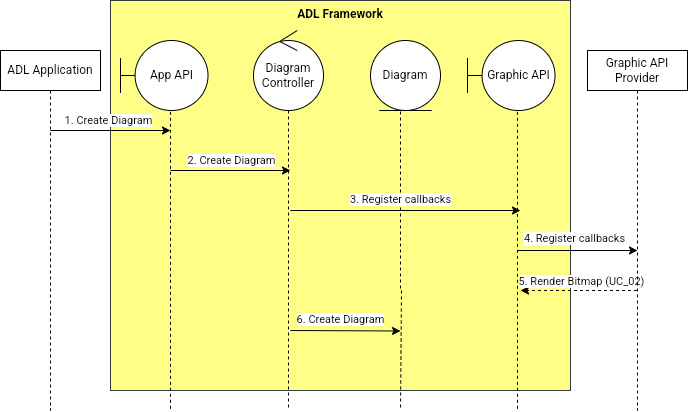
Earlier version of the draw.io export CA/NFR_05.drawio.png (phunm211/SW-Associate-Architecture). Source tidied: cells renumbered, new cells last; positions are measured from the earlier drawing's top-left corner, leaving out a move shared by most shapes. Its diagram source:
```xml
<mxGraphModel>
  <root>
    <mxCell id="0" />
    <mxCell id="1" parent="0" />
    <mxCell id="2" value="&lt;b&gt;ADL Framework&lt;/b&gt;" style="rounded=0;whiteSpace=wrap;html=1;verticalAlign=top;fillColor=#ffff88;strokeColor=#36393d;" parent="1" vertex="1">
      <mxGeometry x="110" width="460" height="390" as="geometry" />
    </mxCell>
    <mxCell id="3" style="rounded=0;jettySize=auto;html=1;endArrow=none;endFill=0;dashed=1;exitX=0.571;exitY=1.019;exitDx=0;exitDy=0;exitPerimeter=0;" parent="1" edge="1" source="19">
      <mxGeometry relative="1" as="geometry">
        <mxPoint x="517" y="410" as="targetPoint" />
        <Array as="points">
          <mxPoint x="517" y="140" />
        </Array>
      </mxGeometry>
    </mxCell>
    <mxCell id="4" style="edgeStyle=orthogonalEdgeStyle;rounded=0;orthogonalLoop=1;jettySize=auto;html=1;curved=0;" parent="1" edge="1">
      <mxGeometry relative="1" as="geometry">
        <mxPoint x="49.8" y="130" as="sourcePoint" />
        <mxPoint x="170" y="130" as="targetPoint" />
        <Array as="points">
          <mxPoint x="170" y="130" />
        </Array>
      </mxGeometry>
    </mxCell>
    <mxCell id="5" value="1. Create Diagram" style="edgeLabel;html=1;align=center;verticalAlign=middle;" parent="4" vertex="1">
      <mxGeometry x="-0.03" y="1" relative="1" as="geometry">
        <mxPoint y="-10" as="offset" />
      </mxGeometry>
    </mxCell>
    <mxCell id="6" value="ADL Application" style="shape=umlLifeline;perimeter=lifelinePerimeter;whiteSpace=wrap;html=1;newEdgeStyle={&quot;curved&quot;:0,&quot;rounded&quot;:0};" parent="1" vertex="1">
      <mxGeometry y="50" width="100" height="360" as="geometry" />
    </mxCell>
    <mxCell id="7" style="rounded=0;jettySize=auto;html=1;dashed=1;endArrow=none;endFill=0;" parent="1" edge="1" source="8">
      <mxGeometry relative="1" as="geometry">
        <mxPoint x="288" y="410" as="targetPoint" />
      </mxGeometry>
    </mxCell>
    <mxCell id="8" value="Diagram Controller" style="ellipse;shape=umlControl;whiteSpace=wrap;html=1;" parent="1" vertex="1">
      <mxGeometry x="253" y="30" width="70" height="80" as="geometry" />
    </mxCell>
    <mxCell id="9" style="rounded=0;jettySize=auto;html=1;endArrow=none;endFill=0;dashed=1;exitX=0.571;exitY=1.019;exitDx=0;exitDy=0;exitPerimeter=0;" parent="1" edge="1" source="10">
      <mxGeometry relative="1" as="geometry">
        <mxPoint x="170" y="410" as="targetPoint" />
        <Array as="points">
          <mxPoint x="170" y="140" />
        </Array>
      </mxGeometry>
    </mxCell>
    <mxCell id="10" value="App API" style="shape=umlBoundary;whiteSpace=wrap;html=1;" parent="1" vertex="1">
      <mxGeometry x="120" y="40" width="87.5" height="70" as="geometry" />
    </mxCell>
    <mxCell id="11" style="edgeStyle=orthogonalEdgeStyle;rounded=0;orthogonalLoop=1;jettySize=auto;html=1;exitX=0.5;exitY=1;exitDx=0;exitDy=0;dashed=1;endArrow=none;endFill=0;" parent="1" edge="1">
      <mxGeometry relative="1" as="geometry">
        <mxPoint x="405" y="110" as="sourcePoint" />
        <mxPoint x="400" y="410" as="targetPoint" />
        <Array as="points">
          <mxPoint x="400" y="110" />
          <mxPoint x="400" y="290" />
          <mxPoint x="401" y="470" />
        </Array>
      </mxGeometry>
    </mxCell>
    <mxCell id="12" value="Diagram" style="ellipse;shape=umlEntity;whiteSpace=wrap;html=1;" parent="1" vertex="1">
      <mxGeometry x="370" y="40" width="70" height="70" as="geometry" />
    </mxCell>
    <mxCell id="13" style="endArrow=classic;html=1;rounded=0;" parent="1" edge="1">
      <mxGeometry relative="1" as="geometry">
        <mxPoint x="170" y="170" as="sourcePoint" />
        <mxPoint x="290" y="170" as="targetPoint" />
      </mxGeometry>
    </mxCell>
    <mxCell id="14" value="2. Create Diagram" style="edgeLabel;html=1;align=center;verticalAlign=middle;" parent="1" vertex="1">
      <mxGeometry x="230" y="159" as="geometry" />
    </mxCell>
    <mxCell id="15" style="endArrow=classic;html=1;rounded=0;" parent="1" edge="1">
      <mxGeometry relative="1" as="geometry">
        <mxPoint x="290" y="330" as="sourcePoint" />
        <mxPoint x="400" y="330.5" as="targetPoint" />
      </mxGeometry>
    </mxCell>
    <mxCell id="16" value="6. Create Diagram" style="edgeLabel;html=1;align=center;verticalAlign=middle;" parent="15" vertex="1">
      <mxGeometry x="-0.33" y="-1" relative="1" as="geometry">
        <mxPoint x="13" y="-13" as="offset" />
      </mxGeometry>
    </mxCell>
    <mxCell id="17" style="endArrow=classic;html=1;rounded=0;edgeStyle=orthogonalEdgeStyle;dashed=1;" parent="1" edge="1">
      <mxGeometry relative="1" as="geometry">
        <mxPoint x="636.5" y="290" as="sourcePoint" />
        <mxPoint x="520" y="290" as="targetPoint" />
        <Array as="points">
          <mxPoint x="570" y="290" />
          <mxPoint x="570" y="290" />
        </Array>
      </mxGeometry>
    </mxCell>
    <mxCell id="18" value="5. Render Bitmap (UC_02)" style="edgeLabel;html=1;align=center;verticalAlign=middle;" parent="17" vertex="1">
      <mxGeometry x="-0.33" y="-1" relative="1" as="geometry">
        <mxPoint x="-17" y="-9" as="offset" />
      </mxGeometry>
    </mxCell>
    <mxCell id="19" value="Graphic API" style="shape=umlBoundary;whiteSpace=wrap;html=1;" parent="1" vertex="1">
      <mxGeometry x="467" y="40" width="87.5" height="70" as="geometry" />
    </mxCell>
    <mxCell id="20" value="Graphic API Provider" style="shape=umlLifeline;perimeter=lifelinePerimeter;whiteSpace=wrap;html=1;newEdgeStyle={&quot;curved&quot;:0,&quot;rounded&quot;:0};" parent="1" vertex="1">
      <mxGeometry x="587" y="50" width="100" height="360" as="geometry" />
    </mxCell>
    <mxCell id="21" style="endArrow=classic;html=1;rounded=0;" parent="1" edge="1">
      <mxGeometry relative="1" as="geometry">
        <mxPoint x="290" y="210" as="sourcePoint" />
        <mxPoint x="520" y="210" as="targetPoint" />
      </mxGeometry>
    </mxCell>
    <mxCell id="22" value="3. Register callbacks" style="edgeLabel;html=1;align=center;verticalAlign=middle;" parent="21" vertex="1">
      <mxGeometry x="0.28" y="2" relative="1" as="geometry">
        <mxPoint x="-38" y="-10" as="offset" />
      </mxGeometry>
    </mxCell>
    <mxCell id="23" style="endArrow=classic;html=1;rounded=0;" parent="1" edge="1">
      <mxGeometry relative="1" as="geometry">
        <mxPoint x="517" y="250" as="sourcePoint" />
        <mxPoint x="637" y="250" as="targetPoint" />
      </mxGeometry>
    </mxCell>
    <mxCell id="24" value="4. Register callbacks" style="edgeLabel;html=1;align=center;verticalAlign=middle;" parent="23" vertex="1">
      <mxGeometry x="0.28" y="2" relative="1" as="geometry">
        <mxPoint x="-21" y="-11" as="offset" />
      </mxGeometry>
    </mxCell>
  </root>
</mxGraphModel>
```
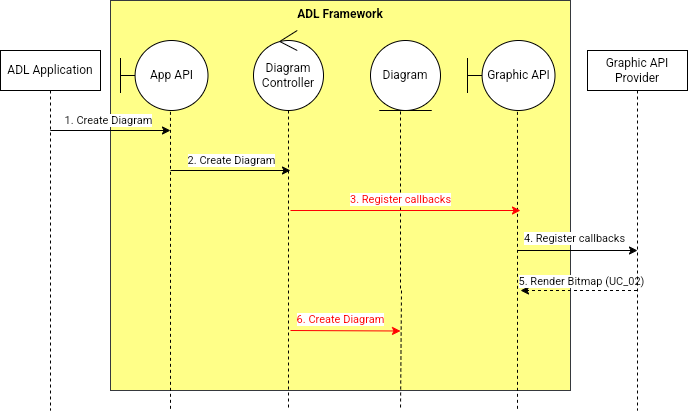
After the change.

Diff of the diagram source:
```diff
@@ -72,18 +72,18 @@
     <mxCell id="14" value="2. Create Diagram" style="edgeLabel;html=1;align=center;verticalAlign=middle;" parent="1" vertex="1">
       <mxGeometry x="230" y="159" as="geometry" />
     </mxCell>
-    <mxCell id="15" style="endArrow=classic;html=1;rounded=0;" parent="1" edge="1">
+    <mxCell id="15" style="endArrow=classic;html=1;rounded=0;strokeColor=#FF0000;fontColor=#FF0000;" parent="1" edge="1">
       <mxGeometry relative="1" as="geometry">
         <mxPoint x="290" y="330" as="sourcePoint" />
         <mxPoint x="400" y="330.5" as="targetPoint" />
       </mxGeometry>
     </mxCell>
-    <mxCell id="16" value="6. Create Diagram" style="edgeLabel;html=1;align=center;verticalAlign=middle;" parent="15" vertex="1">
+    <mxCell id="16" value="6. Create Diagram" style="edgeLabel;html=1;align=center;verticalAlign=middle;fontColor=#FF0000;" parent="15" vertex="1">
       <mxGeometry x="-0.33" y="-1" relative="1" as="geometry">
         <mxPoint x="13" y="-13" as="offset" />
       </mxGeometry>
     </mxCell>
-    <mxCell id="17" style="endArrow=classic;html=1;rounded=0;edgeStyle=orthogonalEdgeStyle;dashed=1;" parent="1" edge="1">
+    <mxCell id="17" style="endArrow=classic;html=1;rounded=0;edgeStyle=orthogonalEdgeStyle;dashed=1;strokeColor=#000000;fontColor=#FF0000;" parent="1" edge="1">
       <mxGeometry relative="1" as="geometry">
         <mxPoint x="636.5" y="290" as="sourcePoint" />
         <mxPoint x="520" y="290" as="targetPoint" />
@@ -104,18 +104,18 @@
     <mxCell id="20" value="Graphic API Provider" style="shape=umlLifeline;perimeter=lifelinePerimeter;whiteSpace=wrap;html=1;newEdgeStyle={&quot;curved&quot;:0,&quot;rounded&quot;:0};" parent="1" vertex="1">
       <mxGeometry x="587" y="50" width="100" height="360" as="geometry" />
     </mxCell>
-    <mxCell id="21" style="endArrow=classic;html=1;rounded=0;" parent="1" edge="1">
+    <mxCell id="21" style="endArrow=classic;html=1;rounded=0;strokeColor=#FF0000;fontColor=#FF0000;" parent="1" edge="1">
       <mxGeometry relative="1" as="geometry">
         <mxPoint x="290" y="210" as="sourcePoint" />
         <mxPoint x="520" y="210" as="targetPoint" />
       </mxGeometry>
     </mxCell>
-    <mxCell id="22" value="3. Register callbacks" style="edgeLabel;html=1;align=center;verticalAlign=middle;" parent="21" vertex="1">
+    <mxCell id="22" value="3. Register callbacks" style="edgeLabel;html=1;align=center;verticalAlign=middle;fontColor=#FF0000;" parent="21" vertex="1">
       <mxGeometry x="0.28" y="2" relative="1" as="geometry">
         <mxPoint x="-38" y="-10" as="offset" />
       </mxGeometry>
     </mxCell>
-    <mxCell id="23" style="endArrow=classic;html=1;rounded=0;" parent="1" edge="1">
+    <mxCell id="23" style="endArrow=classic;html=1;rounded=0;strokeColor=#000000;fontColor=#000000;" parent="1" edge="1">
       <mxGeometry relative="1" as="geometry">
         <mxPoint x="517" y="250" as="sourcePoint" />
         <mxPoint x="637" y="250" as="targetPoint" />
```
